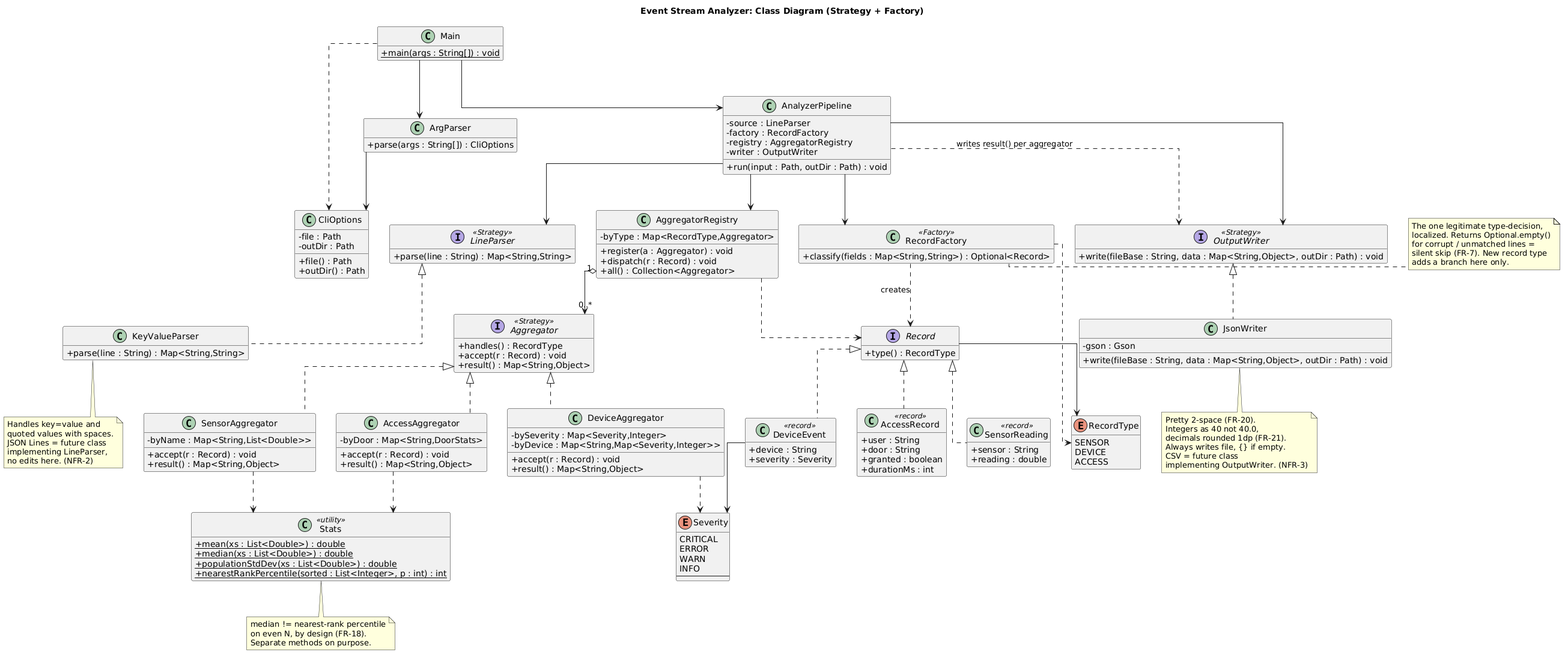
The PlantUML diagram docs/class-diagram.png in tonytrieu-dev/event-stream-analyzer, before a commit.
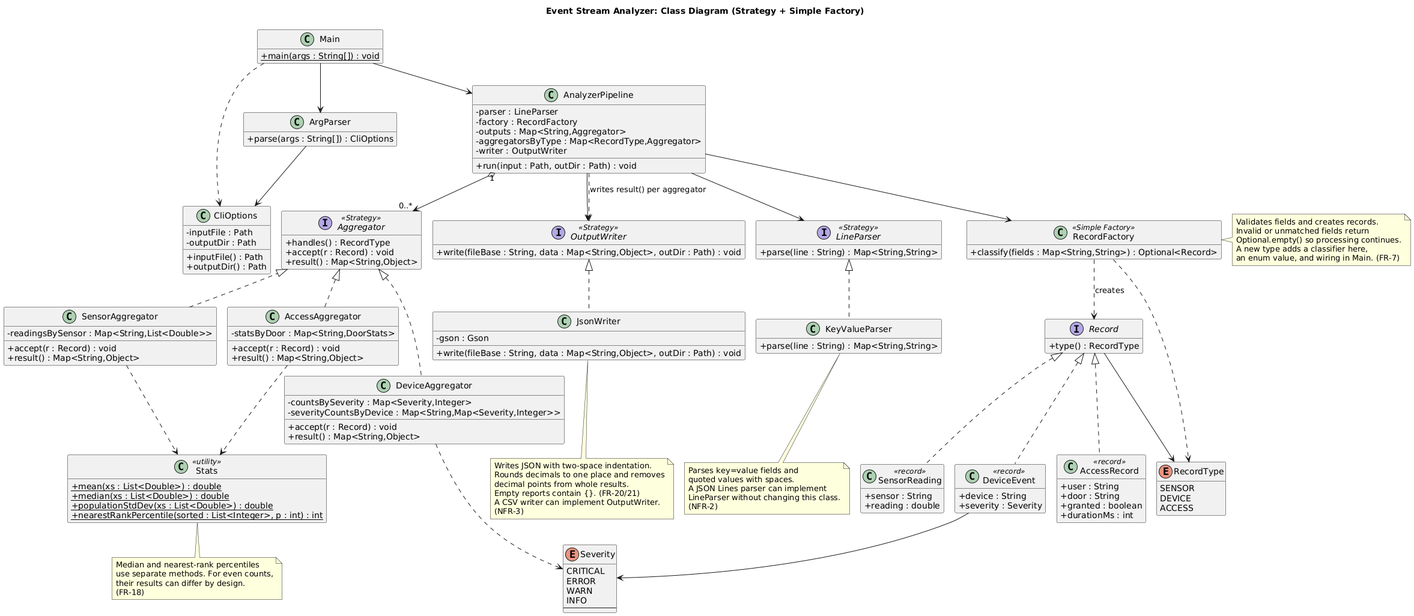
Later version of the same file.

Change to the diagram source:
```diff
@@ -1,11 +1,12 @@
-@startuml
+@startuml EventStreamAnalyzer
+!pragma layout smetana
 
 skinparam classAttributeIconSize 0
 skinparam shadowing false
 skinparam linetype ortho
 hide empty members
 
-title Event Stream Analyzer: Class Diagram (Strategy + Factory)
+title Event Stream Analyzer: Class Diagram (Strategy + Simple Factory)
 
 class Main {
   + {static} main(args : String[]) : void
@@ -16,16 +17,17 @@
 }
 
 class CliOptions {
-  - file : Path
-  - outDir : Path
-  + file() : Path
-  + outDir() : Path
+  - inputFile : Path
+  - outputDir : Path
+  + inputFile() : Path
+  + outputDir() : Path
 }
 
 class AnalyzerPipeline {
-  - source : LineParser
+  - parser : LineParser
   - factory : RecordFactory
-  - registry : AggregatorRegistry
+  - outputs : Map<String,Aggregator>
+  - aggregatorsByType : Map<RecordType,Aggregator>
   - writer : OutputWriter
   + run(input : Path, outDir : Path) : void
 }
@@ -37,11 +39,11 @@
   + parse(line : String) : Map<String,String>
 }
 note bottom of KeyValueParser
-  Handles key=value and
+  Parses key=value fields and
   quoted values with spaces.
-  JSON Lines = future class
-  implementing LineParser,
-  no edits here. (NFR-2)
+  A JSON Lines parser can implement
+  LineParser without changing this class.
+  (NFR-2)
 end note
 
 interface Record {
@@ -74,15 +76,15 @@
   + durationMs : int
 }
 
-class RecordFactory <<Factory>> {
+class RecordFactory <<Simple Factory>> {
   + classify(fields : Map<String,String>) : Optional<Record>
 }
 note right of RecordFactory
-  The one legitimate type-decision,
-  localized. Returns Optional.empty()
-  for corrupt / unmatched lines =
-  silent skip (FR-7). New record type
-  adds a branch here only.
+  Validates fields and creates records.
+  Invalid or unmatched fields return
+  Optional.empty() so processing continues.
+  A new type adds a classifier here,
+  an enum value, and wiring in Main. (FR-7)
 end note
 
 interface Aggregator <<Strategy>> {
@@ -91,26 +93,20 @@
   + result() : Map<String,Object>
 }
 class SensorAggregator {
-  - byName : Map<String,List<Double>>
+  - readingsBySensor : Map<String,List<Double>>
   + accept(r : Record) : void
   + result() : Map<String,Object>
 }
 class DeviceAggregator {
-  - bySeverity : Map<Severity,Integer>
-  - byDevice : Map<String,Map<Severity,Integer>>
+  - countsBySeverity : Map<Severity,Integer>
+  - severityCountsByDevice : Map<String,Map<Severity,Integer>>
   + accept(r : Record) : void
   + result() : Map<String,Object>
 }
 class AccessAggregator {
-  - byDoor : Map<String,DoorStats>
+  - statsByDoor : Map<String,DoorStats>
   + accept(r : Record) : void
   + result() : Map<String,Object>
-}
-class AggregatorRegistry {
-  - byType : Map<RecordType,Aggregator>
-  + register(a : Aggregator) : void
-  + dispatch(r : Record) : void
-  + all() : Collection<Aggregator>
 }
 class Stats <<utility>> {
   + {static} mean(xs : List<Double>) : double
@@ -119,9 +115,10 @@
   + {static} nearestRankPercentile(sorted : List<Integer>, p : int) : int
 }
 note bottom of Stats
-  median != nearest-rank percentile
-  on even N, by design (FR-18).
-  Separate methods on purpose.
+  Median and nearest-rank percentiles
+  use separate methods. For even counts,
+  their results can differ by design.
+  (FR-18)
 end note
 
 interface OutputWriter <<Strategy>> {
@@ -132,12 +129,12 @@
   + write(fileBase : String, data : Map<String,Object>, outDir : Path) : void
 }
 note bottom of JsonWriter
-  Pretty 2-space (FR-20).
-  Integers as 40 not 40.0,
-  decimals rounded 1dp (FR-21).
-  Always writes file, {} if empty.
-  CSV = future class
-  implementing OutputWriter. (NFR-3)
+  Writes JSON with two-space indentation.
+  Rounds decimals to one place and removes
+  decimal points from whole results.
+  Empty reports contain {}. (FR-20/21)
+  A CSV writer can implement OutputWriter.
+  (NFR-3)
 end note
 
 Main --> ArgParser
@@ -147,7 +144,7 @@
 
 AnalyzerPipeline --> LineParser
 AnalyzerPipeline --> RecordFactory
-AnalyzerPipeline --> AggregatorRegistry
+AnalyzerPipeline "1" o--> "0..*" Aggregator
 AnalyzerPipeline --> OutputWriter
 
 LineParser <|.. KeyValueParser
@@ -164,12 +161,11 @@
 Aggregator <|.. SensorAggregator
 Aggregator <|.. DeviceAggregator
 Aggregator <|.. AccessAggregator
-AggregatorRegistry "1" o--> "0..*" Aggregator
-AggregatorRegistry ..> Record
 SensorAggregator ..> Stats
 DeviceAggregator ..> Severity
 AccessAggregator ..> Stats
 
 OutputWriter <|.. JsonWriter
 AnalyzerPipeline ..> OutputWriter : "writes result() per aggregator"
+
 @enduml
```
